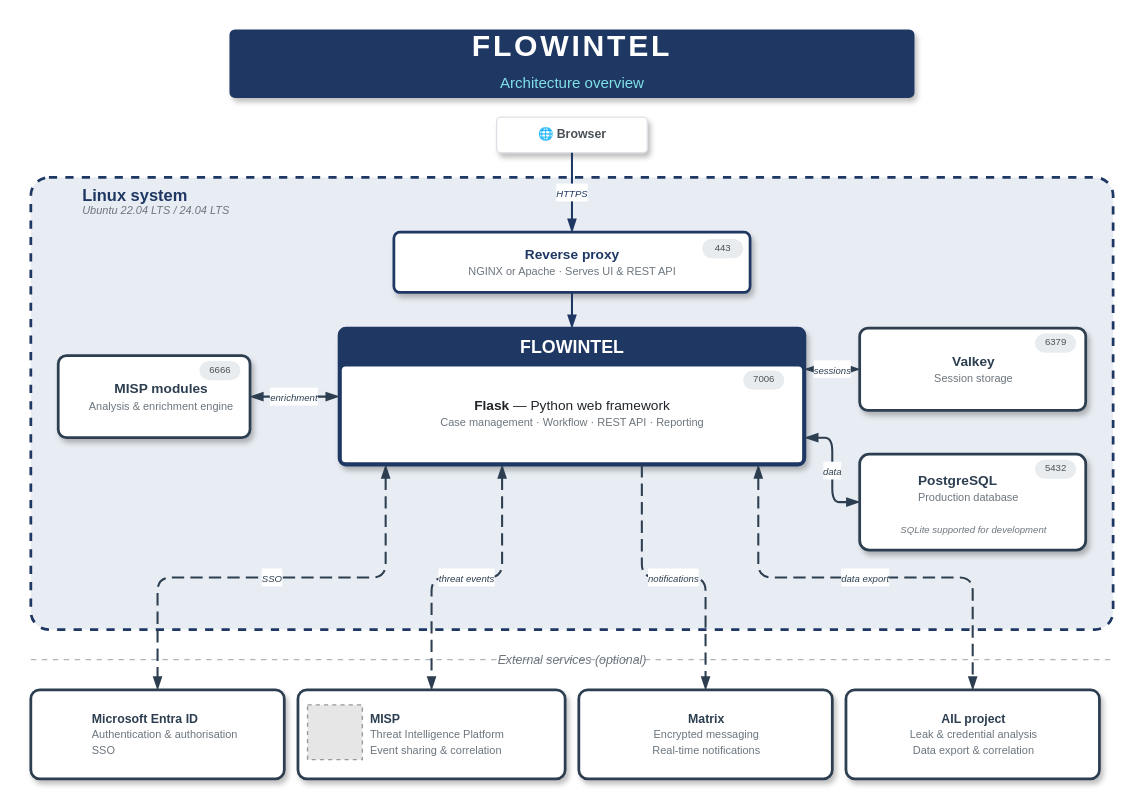
The draw.io diagram page "Architecture" (2 of 9) of doc/installation-manual-diagrams/flowintel-installation.drawio in flowintel/flowintel, before the edit. Source tidied: cells renumbered, new cells numbered last; positions are measured from the earlier drawing's top-left corner, leaving out a move shared by most shapes. Both pictures are drawn from the tidied source at 137%, with x=0, y=0 at pixel (30, 26). Pictures stored in the file or linked from it are replaced by grey dashed boxes.
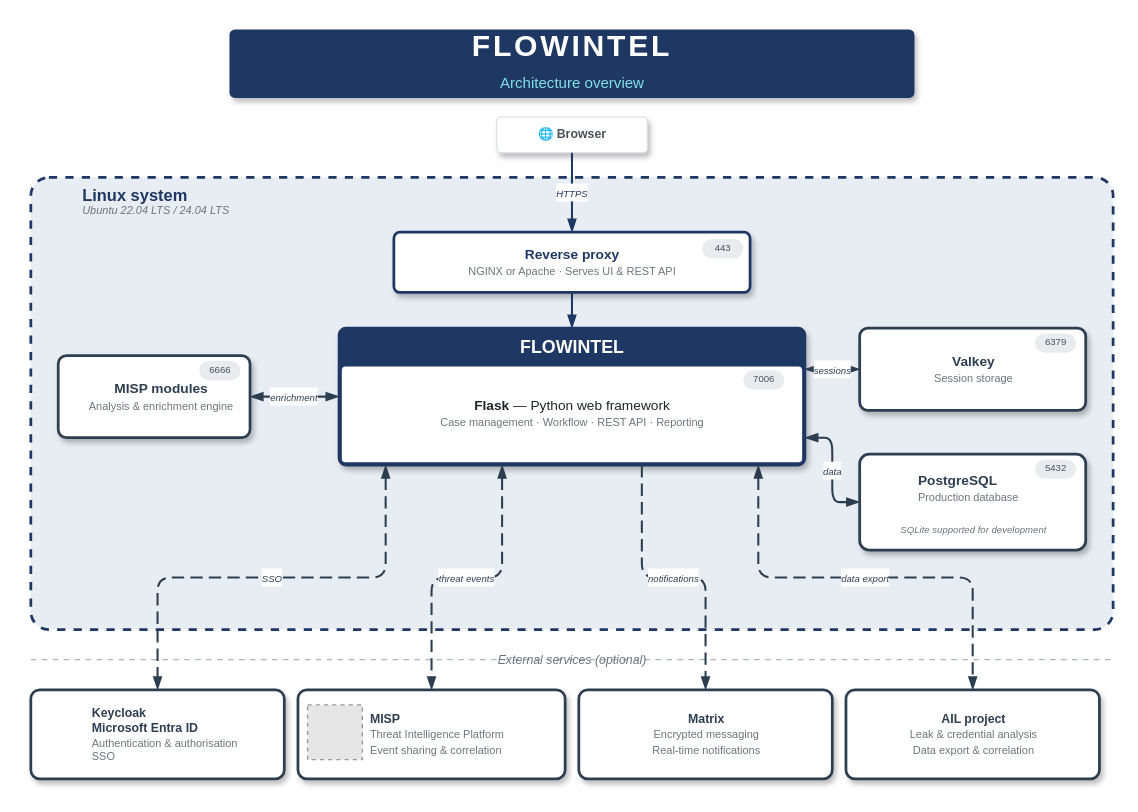
The same page after the edit.

Diff of the diagram source:
```diff
@@
-    <mxCell id="30" value="&lt;b&gt;Microsoft Entra ID&lt;/b&gt;&lt;br&gt;&lt;font style=&quot;font-size:8px;color:#6c757d;&quot;&gt;Authentication &amp;amp; authorisation&lt;br&gt;SSO&lt;/font&gt;" style="text;html=1;fontSize=9;fontColor=#2c3e50;align=left;verticalAlign=middle;" parent="1" vertex="1">
+    <mxCell id="30" value="&lt;b&gt;Keycloak &lt;br&gt;Microsoft Entra ID&lt;/b&gt;&lt;br&gt;&lt;font style=&quot;font-size:8px;color:#6c757d;&quot;&gt;Authentication &amp;amp; authorisation&lt;br&gt;SSO&lt;/font&gt;" style="text;html=1;fontSize=9;fontColor=#2c3e50;align=left;verticalAlign=middle;" parent="1" vertex="1">
       <mxGeometry x="43" y="484" width="139" height="65" as="geometry" />
     </mxCell>
```
